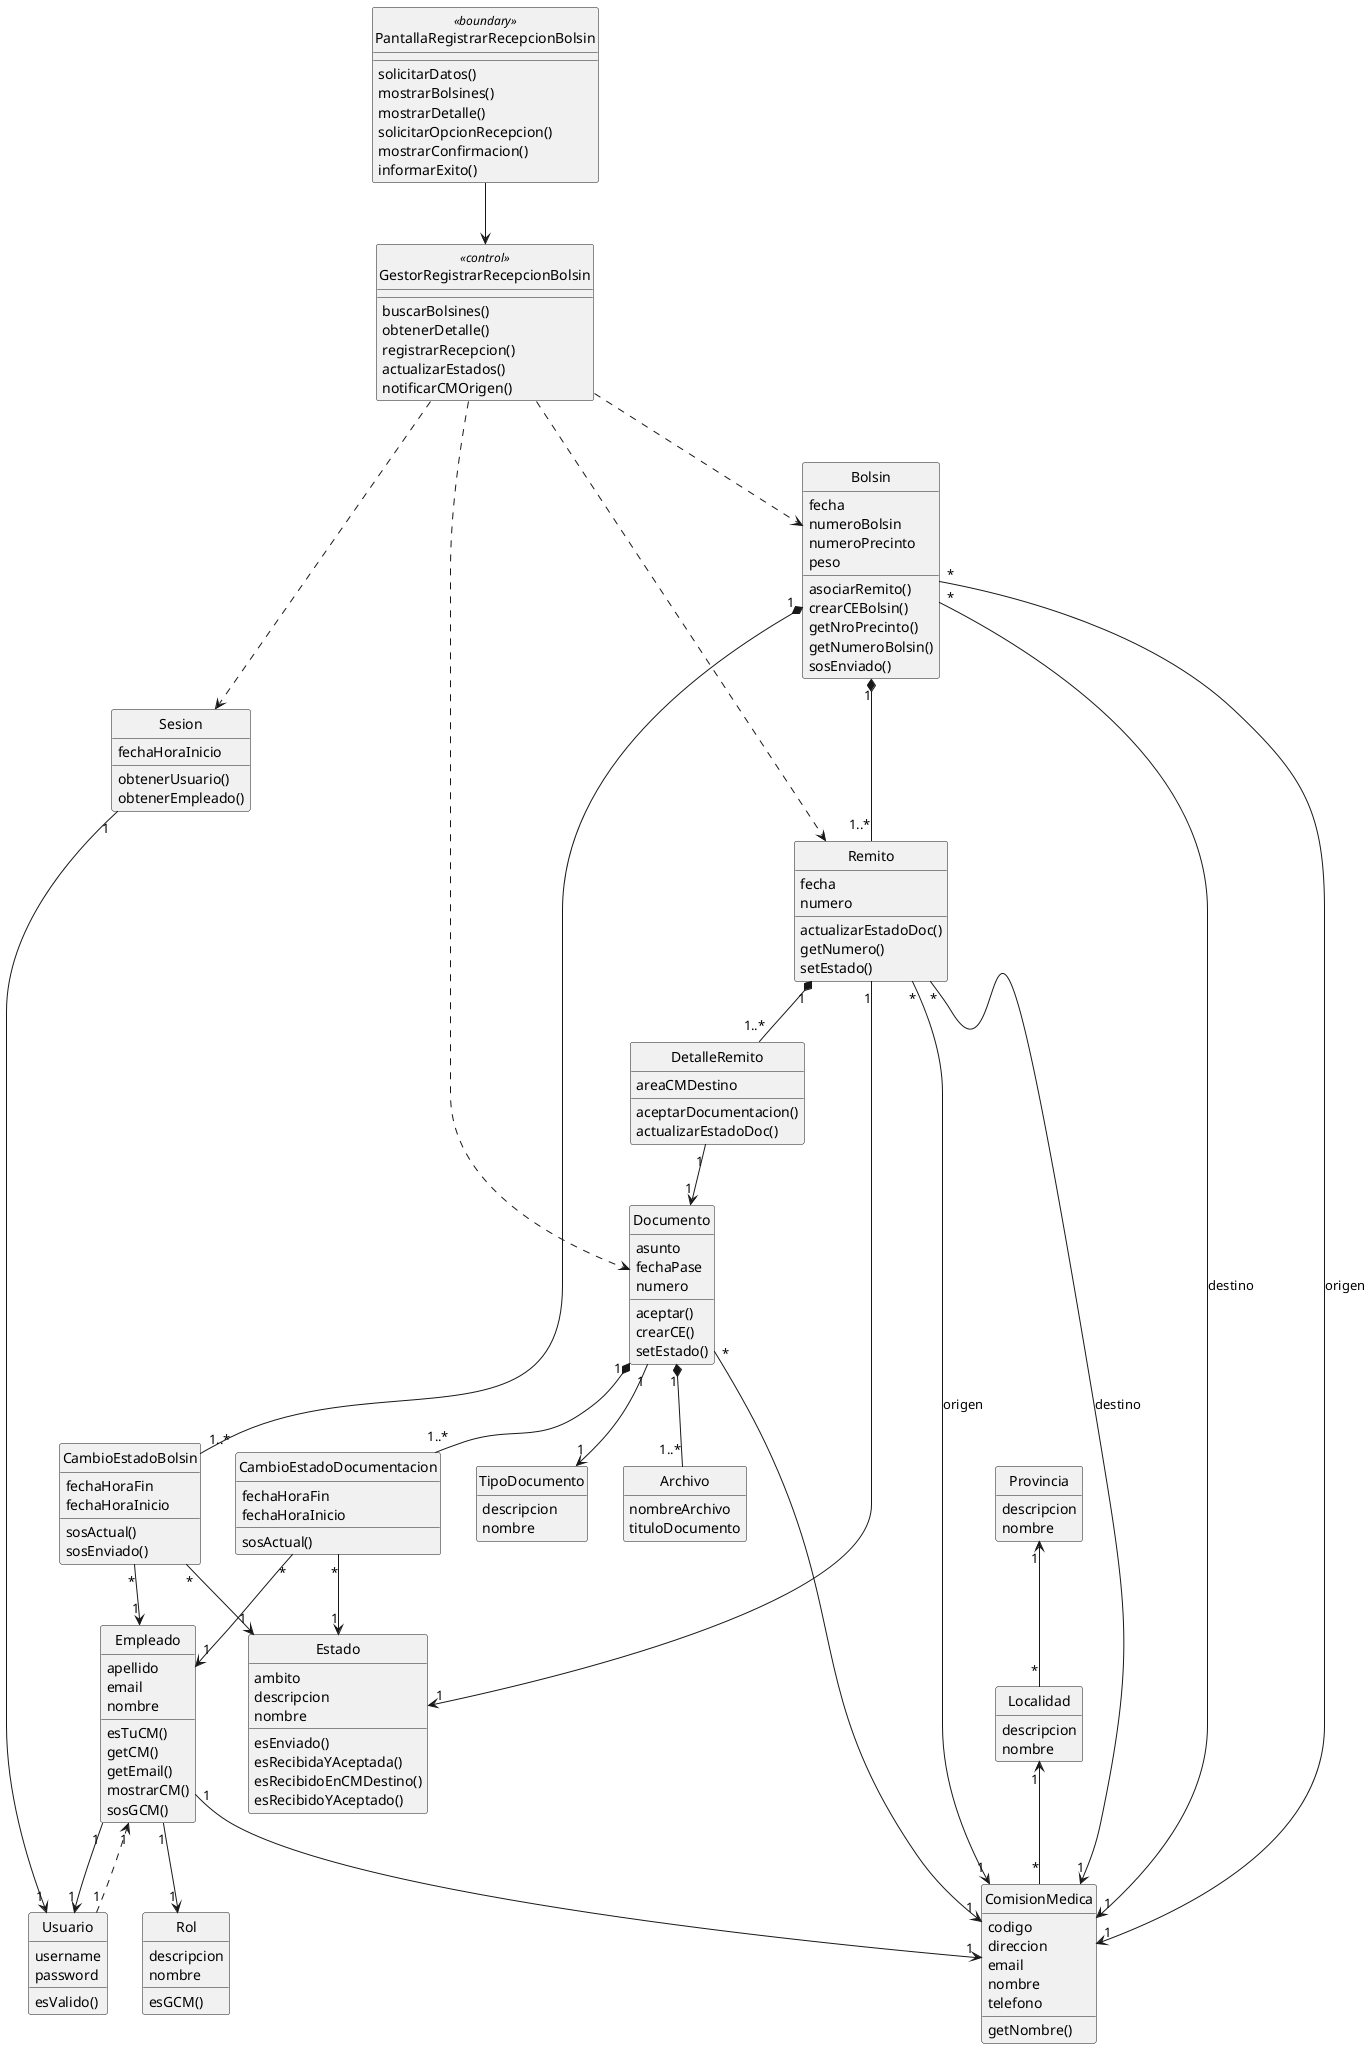
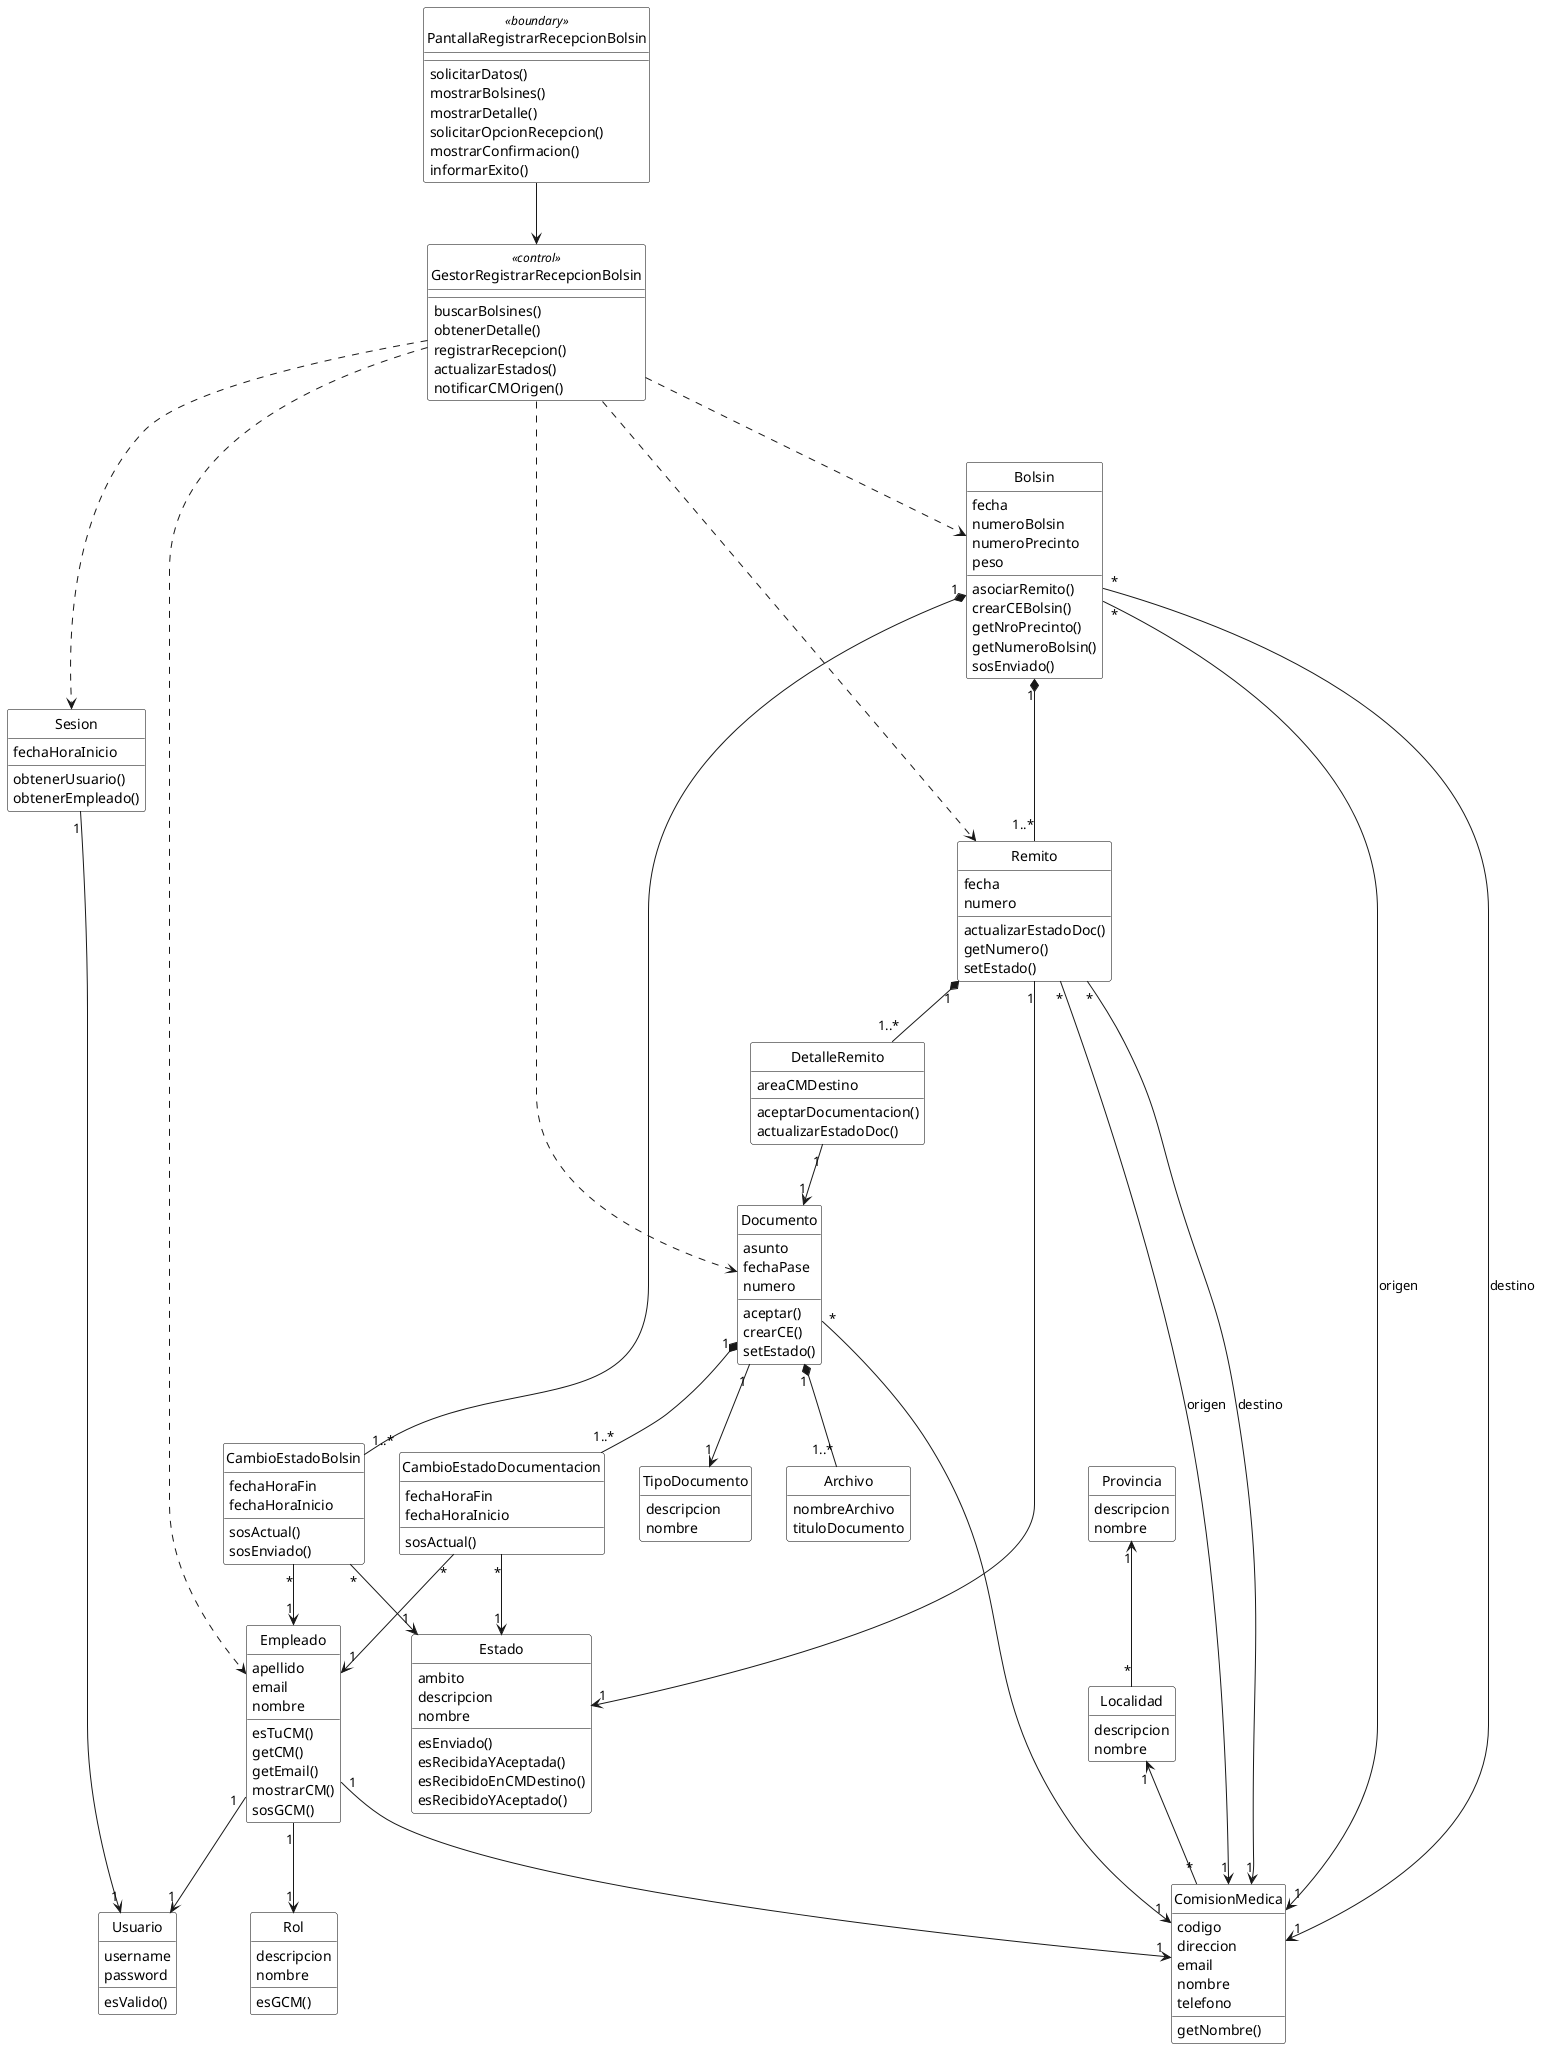
@startuml
+ 
skinparam classAttributeIconSize 0
+ skinparam class {
+   BackgroundColor White
+   BorderColor Black
+ }

hide empty methods
hide circle

' =========================
' ENTIDADES
' =========================

class Provincia {
  descripcion
  nombre
}

class Localidad {
  descripcion
  nombre
}

class Usuario {
  username
  password

  esValido()
}

class Sesion {
  fechaHoraInicio

  obtenerUsuario()
  obtenerEmpleado()
}

class Empleado {
  apellido
  email
  nombre

  esTuCM()
  getCM()
  getEmail()
  mostrarCM()
  sosGCM()
}

class Rol {
  descripcion
  nombre

  esGCM()
}

class TipoDocumento {
  descripcion
  nombre
}

class Archivo {
  nombreArchivo
  tituloDocumento
}

class ComisionMedica {
  codigo
  direccion
  email
  nombre
  telefono

  getNombre()
}

class Documento {
  asunto
  fechaPase
  numero

  aceptar()
  crearCE()
  setEstado()
}

class Estado {
  ambito
  descripcion
  nombre

  esEnviado()
  esRecibidaYAceptada()
  esRecibidoEnCMDestino()
  esRecibidoYAceptado()
}

class CambioEstadoDocumentacion {
  fechaHoraFin
  fechaHoraInicio

  sosActual()
}

class DetalleRemito {
  areaCMDestino

  aceptarDocumentacion()
  actualizarEstadoDoc()
}

class Remito {
  fecha
  numero

  actualizarEstadoDoc()
  getNumero()
  setEstado()
}

class Bolsin {
  fecha
  numeroBolsin
  numeroPrecinto
  peso

  asociarRemito()
  crearCEBolsin()
  getNroPrecinto()
  getNumeroBolsin()
  sosEnviado()
}

class CambioEstadoBolsin {
  fechaHoraFin
  fechaHoraInicio

  sosActual()
  sosEnviado()
}

' =========================
' CLASES DE FRONTERA Y CONTROL
' =========================

class PantallaRegistrarRecepcionBolsin <<boundary>> {
  solicitarDatos()
  mostrarBolsines()
  mostrarDetalle()
  solicitarOpcionRecepcion()
  mostrarConfirmacion()
  informarExito()
}

class GestorRegistrarRecepcionBolsin <<control>> {
  buscarBolsines()
  obtenerDetalle()
  registrarRecepcion()
  actualizarEstados()
  notificarCMOrigen()
}

' =========================
' RELACIONES
' =========================

Provincia "1" <-- "*" Localidad
Localidad "1" <-- "*" ComisionMedica

- Usuario "1" ..> "1" Empleado
Sesion "1" --> "1" Usuario

Empleado "1" --> "1" Rol
Empleado "1" --> "1" Usuario
Empleado "1" --> "1" ComisionMedica

Documento "1" --> "1" TipoDocumento
Documento "1" *-- "1..*" Archivo
Documento "*" --> "1" ComisionMedica
Documento "1" *-- "1..*" CambioEstadoDocumentacion

CambioEstadoDocumentacion "*" --> "1" Estado
CambioEstadoDocumentacion "*" --> "1" Empleado

DetalleRemito "1" --> "1" Documento

Remito "1" --> "1" Estado
Remito "1" *-- "1..*" DetalleRemito
Remito "*" --> "1" ComisionMedica : origen
Remito "*" --> "1" ComisionMedica : destino

Bolsin "1" *-- "1..*" Remito
Bolsin "*" --> "1" ComisionMedica : origen
Bolsin "*" --> "1" ComisionMedica : destino
Bolsin "1" *-- "1..*" CambioEstadoBolsin

CambioEstadoBolsin "*" --> "1" Estado
CambioEstadoBolsin "*" --> "1" Empleado

PantallaRegistrarRecepcionBolsin --> GestorRegistrarRecepcionBolsin
GestorRegistrarRecepcionBolsin ..> Sesion
GestorRegistrarRecepcionBolsin ..> Bolsin
GestorRegistrarRecepcionBolsin ..> Remito
GestorRegistrarRecepcionBolsin ..> Documento
+ GestorRegistrarRecepcionBolsin ..> Empleado

@enduml